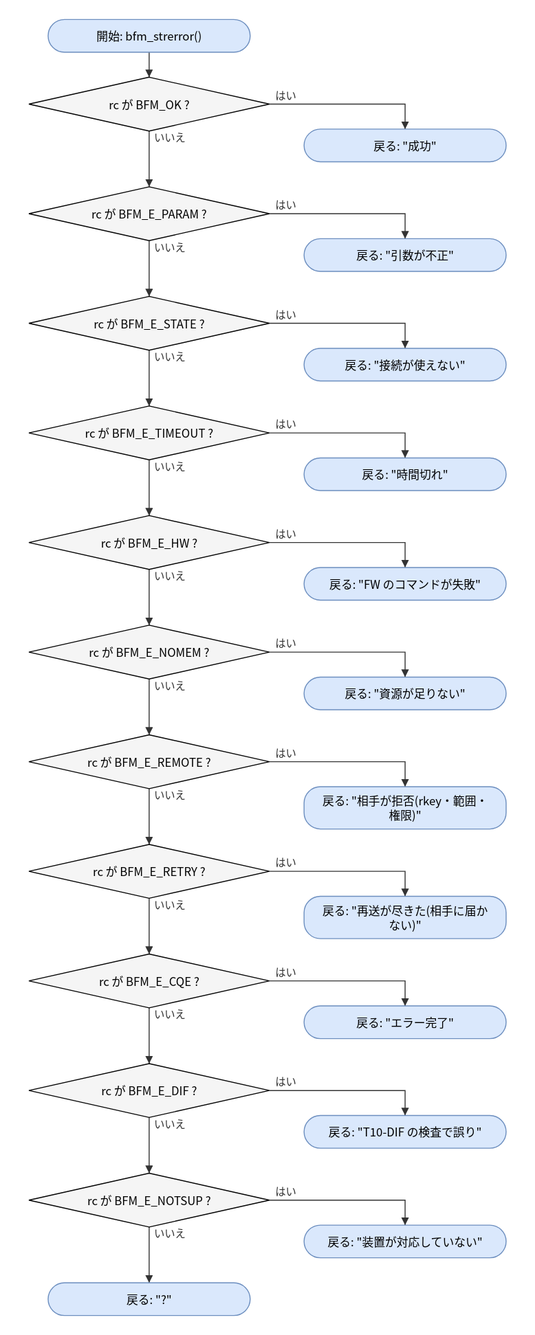
Earlier version of the draw.io export doc/spec/images/flow_src_bfm_ops-bfm_strerror.drawio.svg (hf355051012-ai/bfmem). Source tidied: cells renumbered, new cells last; positions are measured from the earlier drawing's top-left corner, leaving out a move shared by most shapes.
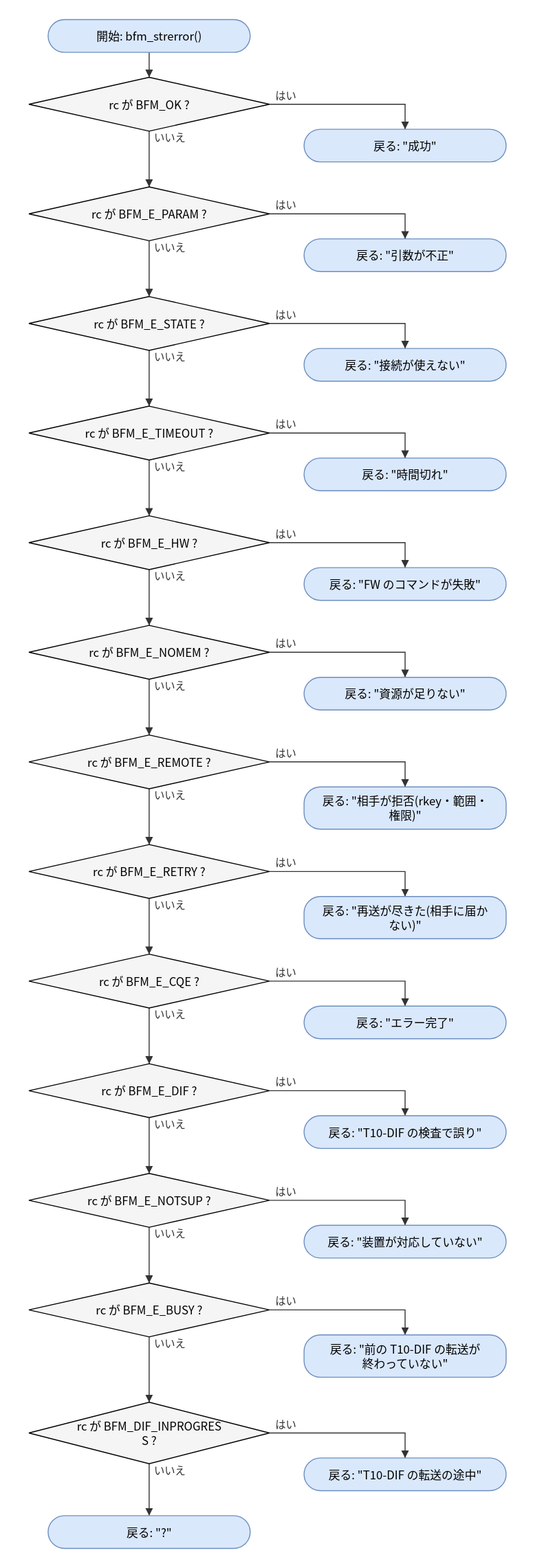
After the change.

The edit, as a diff of the source:
```diff
@@ -71,9 +71,21 @@
     <mxCell id="24" value="戻る: &amp;quot;装置が対応していない&amp;quot;" style="rounded=1;arcSize=50;whiteSpace=wrap;html=1;fillColor=#dae8fc;strokeColor=#6c8ebf;" parent="1" vertex="1">
       <mxGeometry x="286" y="1254" width="210" height="34" as="geometry" />
     </mxCell>
-    <mxCell id="25" value="戻る: &amp;quot;?&amp;quot;" style="rounded=1;arcSize=50;whiteSpace=wrap;html=1;fillColor=#dae8fc;strokeColor=#6c8ebf;" parent="1" vertex="1">
-      <mxGeometry x="20" y="1314" width="210" height="34" as="geometry" />
+    <mxCell id="25" value="rc が BFM_E_BUSY ?" style="rhombus;whiteSpace=wrap;html=1;fillColor=#f5f5f5;" parent="1" vertex="1">
+      <mxGeometry y="1314" width="250" height="56" as="geometry" />
     </mxCell>
+    <mxCell id="49" value="戻る: &amp;quot;前の T10-DIF の転送が&lt;br&gt;終わっていない&amp;quot;" style="rounded=1;arcSize=50;whiteSpace=wrap;html=1;fillColor=#dae8fc;strokeColor=#6c8ebf;" parent="1" vertex="1">
+      <mxGeometry x="286" y="1368" width="210" height="44" as="geometry" />
+    </mxCell>
+    <mxCell id="50" value="rc が BFM_DIF_INPROGRES&lt;br&gt;S ?" style="rhombus;whiteSpace=wrap;html=1;fillColor=#f5f5f5;" parent="1" vertex="1">
+      <mxGeometry y="1438" width="250" height="64" as="geometry" />
+    </mxCell>
+    <mxCell id="51" value="戻る: &amp;quot;T10-DIF の転送の途中&amp;quot;" style="rounded=1;arcSize=50;whiteSpace=wrap;html=1;fillColor=#dae8fc;strokeColor=#6c8ebf;" parent="1" vertex="1">
+      <mxGeometry x="286" y="1496" width="210" height="34" as="geometry" />
+    </mxCell>
+    <mxCell id="52" value="戻る: &amp;quot;?&amp;quot;" style="rounded=1;arcSize=50;whiteSpace=wrap;html=1;fillColor=#dae8fc;strokeColor=#6c8ebf;" parent="1" vertex="1">
+      <mxGeometry x="20" y="1556" width="210" height="34" as="geometry" />
+    </mxCell>
     <mxCell id="26" style="edgeStyle=none;html=1;rounded=0;endArrow=block;endFill=1;exitX=0.5000;exitY=1.0000;exitDx=0;exitDy=0;exitPerimeter=0;entryX=0.5000;entryY=0.0000;entryDx=0;entryDy=0;entryPerimeter=0;" parent="1" edge="1" source="2" target="3">
       <mxGeometry relative="1" as="geometry" />
     </mxCell>
@@ -187,5 +199,25 @@
     <mxCell id="48" value="いいえ" style="edgeStyle=none;html=1;rounded=0;endArrow=block;endFill=1;exitX=0.5000;exitY=1.0000;exitDx=0;exitDy=0;exitPerimeter=0;entryX=0.5000;entryY=0.0000;entryDx=0;entryDy=0;entryPerimeter=0;" parent="1" edge="1" source="23" target="25">
       <mxGeometry relative="1" as="geometry" />
     </mxCell>
+    <mxCell id="53" value="はい" style="edgeStyle=none;html=1;rounded=0;endArrow=block;endFill=1;exitX=1.0000;exitY=0.5000;exitDx=0;exitDy=0;exitPerimeter=0;entryX=0.5000;entryY=0.0000;entryDx=0;entryDy=0;entryPerimeter=0;" parent="1" edge="1" source="25" target="49">
+      <mxGeometry relative="1" as="geometry">
+        <Array as="points">
+          <mxPoint x="391" y="1342" />
+        </Array>
+      </mxGeometry>
+    </mxCell>
+    <mxCell id="54" value="いいえ" style="edgeStyle=none;html=1;rounded=0;endArrow=block;endFill=1;exitX=0.5000;exitY=1.0000;exitDx=0;exitDy=0;exitPerimeter=0;entryX=0.5000;entryY=0.0000;entryDx=0;entryDy=0;entryPerimeter=0;" parent="1" edge="1" source="25" target="50">
+      <mxGeometry relative="1" as="geometry" />
+    </mxCell>
+    <mxCell id="55" value="はい" style="edgeStyle=none;html=1;rounded=0;endArrow=block;endFill=1;exitX=1.0000;exitY=0.5000;exitDx=0;exitDy=0;exitPerimeter=0;entryX=0.5000;entryY=0.0000;entryDx=0;entryDy=0;entryPerimeter=0;" parent="1" edge="1" source="50" target="51">
+      <mxGeometry relative="1" as="geometry">
+        <Array as="points">
+          <mxPoint x="391" y="1470" />
+        </Array>
+      </mxGeometry>
+    </mxCell>
+    <mxCell id="56" value="いいえ" style="edgeStyle=none;html=1;rounded=0;endArrow=block;endFill=1;exitX=0.5000;exitY=1.0000;exitDx=0;exitDy=0;exitPerimeter=0;entryX=0.5000;entryY=0.0000;entryDx=0;entryDy=0;entryPerimeter=0;" parent="1" edge="1" source="50" target="52">
+      <mxGeometry relative="1" as="geometry" />
+    </mxCell>
   </root>
 </mxGraphModel>
```
